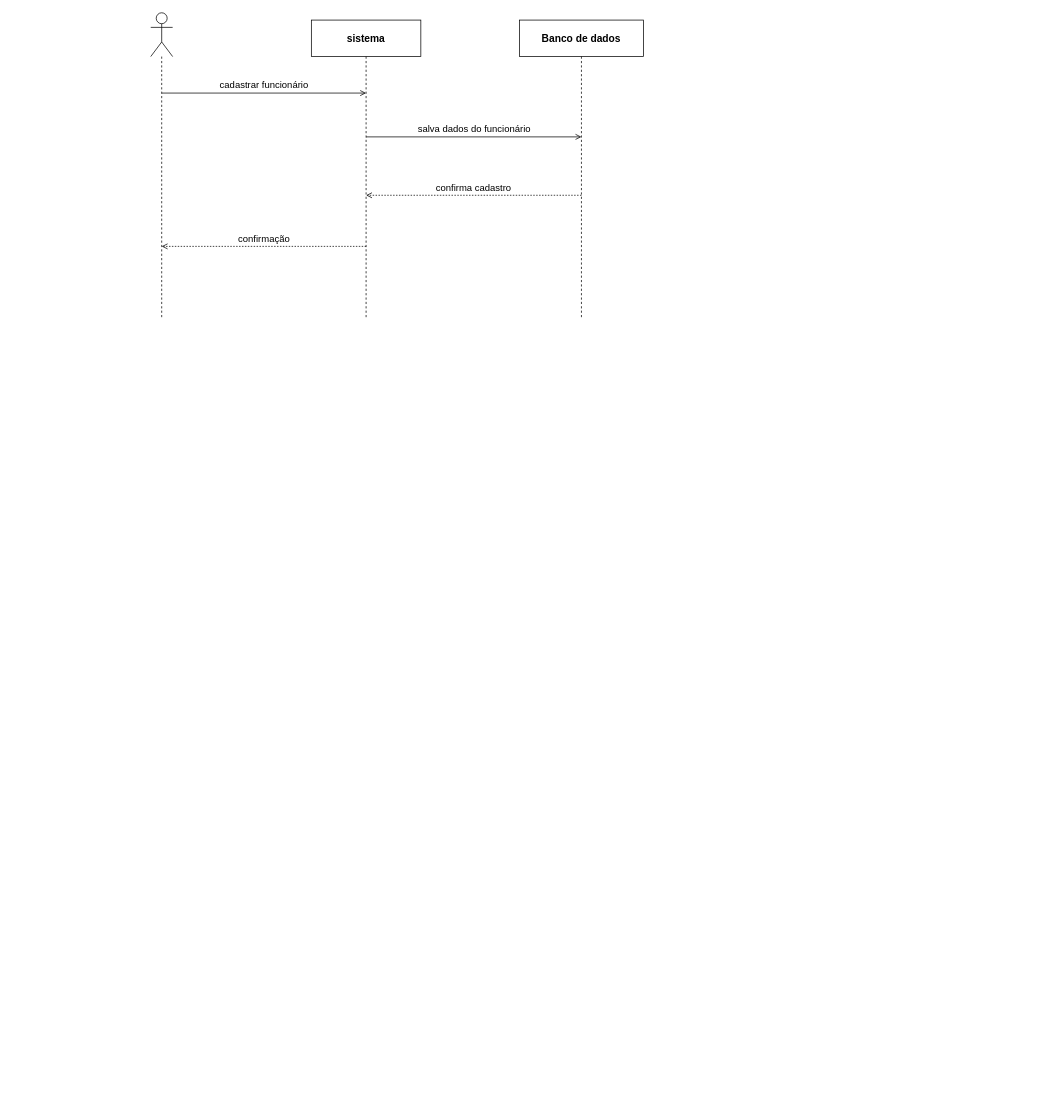
The draw.io diagram page "Cadastrar funcionarios" (14 of 24) of diagramas/sequencias/sequencias-todas.drawio in viniciusclima12-pixel/Sistema-escola, before the edit. Source tidied: cells renumbered, new cells numbered last; positions are measured from the earlier drawing's top-left corner, leaving out a move shared by most shapes. Both pictures are drawn from the tidied source at 73%, with x=0, y=0 at pixel (150, 12).
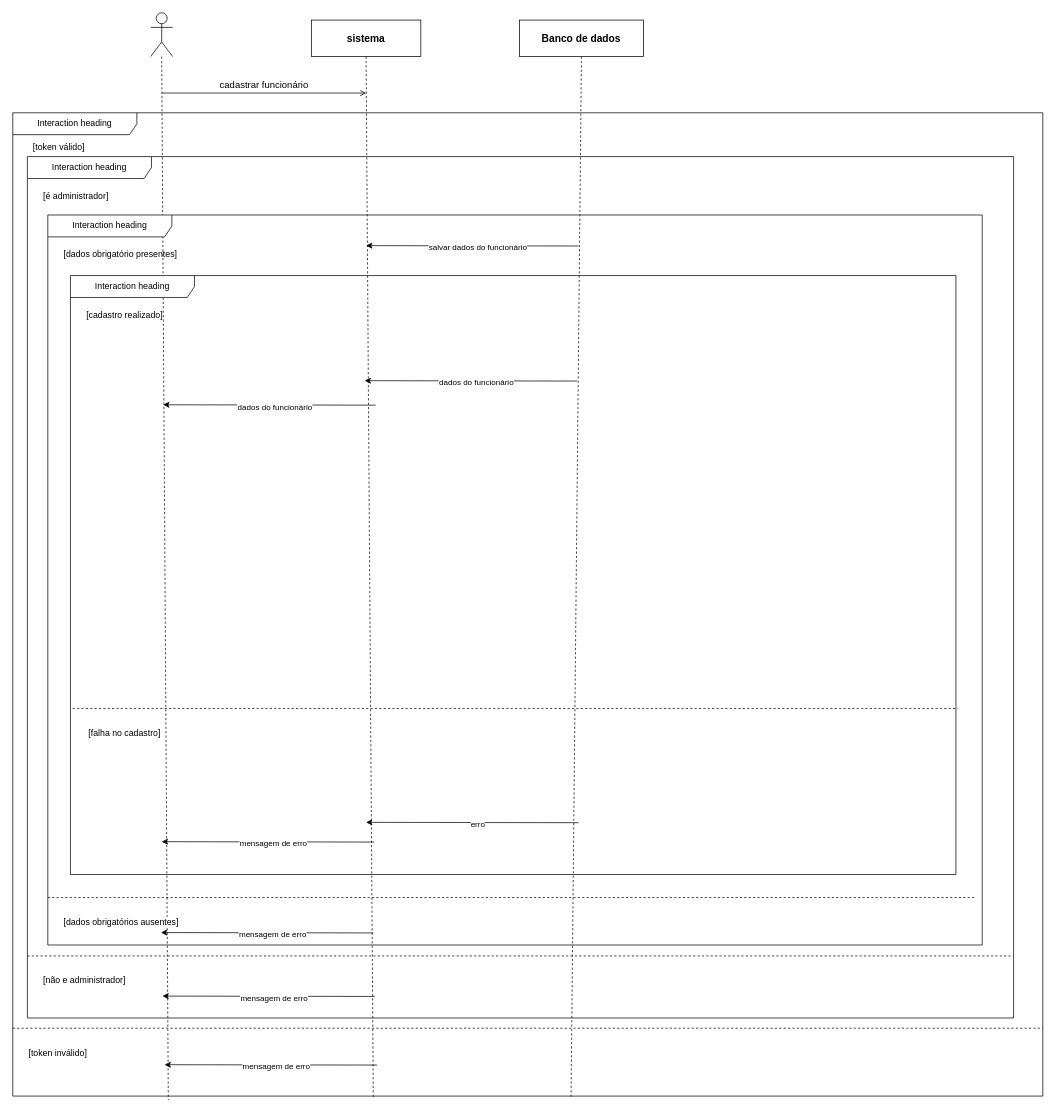
The same diagram, later.

What changed in the source:
```diff
@@
-    <mxCell id="2" style="shape=umlActor;verticalLabelPosition=bottom;verticalAlign=top;html=1;outlineConnect=0;strokeColor=#000000;fillColor=none;" parent="1" vertex="1">
+    <mxCell id="2" style="shape=umlActor;verticalLabelPosition=bottom;verticalAlign=top;html=1;outlineConnect=0;strokeColor=#000000;fillColor=none;snapToPoint=0;fixDash=0;backgroundOutline=0;comic=0;enumerate=0;" parent="1" vertex="1">
       <mxGeometry width="30" height="60" as="geometry" />
     </mxCell>
-    <mxCell id="3" style="endArrow=none;dashed=1;html=1;strokeColor=#000000;exitX=0.5;exitY=1;exitDx=0;exitDy=0;" parent="1" edge="1" source="2">
-      <mxGeometry relative="1" as="geometry">
-        <mxPoint x="15" y="420" as="targetPoint" />
-      </mxGeometry>
+    <mxCell id="3" style="endArrow=none;dashed=1;html=1;strokeColor=#000000;exitX=0.5;exitY=1;exitDx=0;exitDy=0;entryX=0.151;entryY=1.004;entryDx=0;entryDy=0;entryPerimeter=0;snapToPoint=0;fixDash=0;backgroundOutline=0;comic=0;enumerate=0;" parent="1" edge="1" source="2" target="12">
+      <mxGeometry relative="1" as="geometry" />
     </mxCell>
-    <mxCell id="4" value="sistema" style="rounded=0;whiteSpace=wrap;html=1;strokeColor=#000000;fillColor=none;fontStyle=1;fontSize=14;" parent="1" vertex="1">
+    <mxCell id="4" value="sistema" style="rounded=0;whiteSpace=wrap;html=1;strokeColor=#000000;fillColor=none;fontStyle=1;fontSize=14;snapToPoint=0;fixDash=0;backgroundOutline=0;comic=0;enumerate=0;" parent="1" vertex="1">
       <mxGeometry x="220" y="10" width="150" height="50" as="geometry" />
     </mxCell>
-    <mxCell id="5" style="endArrow=none;dashed=1;html=1;strokeColor=#000000;exitX=0.5;exitY=1;exitDx=0;exitDy=0;" parent="1" edge="1" source="4">
-      <mxGeometry relative="1" as="geometry">
-        <mxPoint x="295" y="420" as="targetPoint" />
-      </mxGeometry>
+    <mxCell id="5" style="endArrow=none;dashed=1;html=1;strokeColor=#000000;exitX=0.5;exitY=1;exitDx=0;exitDy=0;entryX=0.35;entryY=1.001;entryDx=0;entryDy=0;entryPerimeter=0;snapToPoint=0;fixDash=0;backgroundOutline=0;comic=0;enumerate=0;" parent="1" edge="1" source="4" target="12">
+      <mxGeometry relative="1" as="geometry" />
     </mxCell>
-    <mxCell id="6" value="Banco de dados" style="rounded=0;whiteSpace=wrap;html=1;strokeColor=#000000;fillColor=none;fontStyle=1;fontSize=14;" parent="1" vertex="1">
+    <mxCell id="6" value="Banco de dados" style="rounded=0;whiteSpace=wrap;html=1;strokeColor=#000000;fillColor=none;fontStyle=1;fontSize=14;snapToPoint=0;fixDash=0;backgroundOutline=0;comic=0;enumerate=0;" parent="1" vertex="1">
       <mxGeometry x="505" y="10" width="170" height="50" as="geometry" />
     </mxCell>
-    <mxCell id="7" style="endArrow=none;dashed=1;html=1;strokeColor=#000000;exitX=0.5;exitY=1;exitDx=0;exitDy=0;" parent="1" edge="1" source="6">
-      <mxGeometry relative="1" as="geometry">
-        <mxPoint x="590" y="420" as="targetPoint" />
-      </mxGeometry>
+    <mxCell id="7" style="endArrow=none;dashed=1;html=1;strokeColor=#000000;exitX=0.5;exitY=1;exitDx=0;exitDy=0;entryX=0.542;entryY=1.001;entryDx=0;entryDy=0;entryPerimeter=0;snapToPoint=0;fixDash=0;backgroundOutline=0;comic=0;enumerate=0;" parent="1" edge="1" source="6" target="12">
+      <mxGeometry relative="1" as="geometry" />
     </mxCell>
-    <mxCell id="8" value="cadastrar funcionário" style="html=1;endArrow=open;startArrow=none;endFill=1;strokeColor=#000000;fontColor=#000000;fontSize=13;verticalAlign=bottom;labelBackgroundColor=none;" parent="1" edge="1">
+    <mxCell id="8" value="cadastrar funcionário" style="html=1;endArrow=open;startArrow=none;endFill=1;strokeColor=#000000;fontColor=#000000;fontSize=13;verticalAlign=bottom;labelBackgroundColor=none;snapToPoint=0;fixDash=0;backgroundOutline=0;comic=0;enumerate=0;" parent="1" edge="1">
       <mxGeometry relative="1" as="geometry">
         <mxPoint x="15" y="110" as="sourcePoint" />
         <mxPoint x="295" y="110" as="targetPoint" />
       </mxGeometry>
     </mxCell>
-    <mxCell id="9" value="salva dados do funcionário" style="html=1;endArrow=open;startArrow=none;endFill=1;strokeColor=#000000;fontColor=#000000;fontSize=13;verticalAlign=bottom;labelBackgroundColor=none;" parent="1" edge="1">
-      <mxGeometry relative="1" as="geometry">
-        <mxPoint x="295" y="170" as="sourcePoint" />
-        <mxPoint x="590" y="170" as="targetPoint" />
-      </mxGeometry>
-    </mxCell>
-    <mxCell id="10" value="confirma cadastro" style="html=1;endArrow=open;startArrow=none;endFill=1;dashed=1;dashPattern=2 2;strokeColor=#000000;fontColor=#000000;fontSize=13;verticalAlign=bottom;labelBackgroundColor=none;" parent="1" edge="1">
-      <mxGeometry relative="1" as="geometry">
-        <mxPoint x="590" y="250" as="sourcePoint" />
-        <mxPoint x="295" y="250" as="targetPoint" />
-      </mxGeometry>
-    </mxCell>
-    <mxCell id="11" value="confirmação" style="html=1;endArrow=open;startArrow=none;endFill=1;dashed=1;dashPattern=2 2;strokeColor=#000000;fontColor=#000000;fontSize=13;verticalAlign=bottom;labelBackgroundColor=none;" parent="1" edge="1">
-      <mxGeometry relative="1" as="geometry">
-        <mxPoint x="295" y="320" as="sourcePoint" />
-        <mxPoint x="15" y="320" as="targetPoint" />
-      </mxGeometry>
-    </mxCell>
+    <mxCell id="12" value="Interaction heading" style="shape=umlFrame;whiteSpace=wrap;html=1;width=170;snapToPoint=0;fixDash=0;backgroundOutline=0;comic=0;enumerate=0;" parent="1" vertex="1">
+      <mxGeometry x="-189" y="137" width="1411" height="1347" as="geometry" />
+    </mxCell>
+    <mxCell id="13" value="[token válido]" style="text;html=1;fixDash=0;backgroundOutline=0;comic=0;enumerate=0;" parent="12" vertex="1">
+      <mxGeometry width="100" height="20" relative="1" as="geometry">
+        <mxPoint x="26" y="34" as="offset" />
+      </mxGeometry>
+    </mxCell>
+    <mxCell id="14" value="[token inválido]" style="line;strokeWidth=1;dashed=1;labelPosition=center;verticalLabelPosition=bottom;align=left;verticalAlign=top;spacingLeft=20;spacingTop=15;html=1;whiteSpace=wrap;fixDash=0;backgroundOutline=0;comic=0;enumerate=0;" parent="12" vertex="1">
+      <mxGeometry y="1249" width="1411" height="10" as="geometry" />
+    </mxCell>
+    <mxCell id="15" value="Interaction heading" style="shape=umlFrame;whiteSpace=wrap;html=1;width=170;fixDash=0;backgroundOutline=0;comic=0;enumerate=0;" parent="12" vertex="1">
+      <mxGeometry x="20" y="60" width="1351" height="1180" as="geometry" />
+    </mxCell>
+    <mxCell id="16" value="[é administrador]" style="text;html=1;fixDash=0;backgroundOutline=0;comic=0;enumerate=0;" parent="15" vertex="1">
+      <mxGeometry width="100" height="20" relative="1" as="geometry">
+        <mxPoint x="20" y="40" as="offset" />
+      </mxGeometry>
+    </mxCell>
+    <mxCell id="17" value="[não e administrador]" style="line;strokeWidth=1;dashed=1;labelPosition=center;verticalLabelPosition=bottom;align=left;verticalAlign=top;spacingLeft=20;spacingTop=15;html=1;whiteSpace=wrap;fixDash=0;backgroundOutline=0;comic=0;enumerate=0;" parent="15" vertex="1">
+      <mxGeometry y="1090" width="1351" height="10" as="geometry" />
+    </mxCell>
+    <mxCell id="18" value="Interaction heading" style="shape=umlFrame;whiteSpace=wrap;html=1;width=170;fixDash=0;backgroundOutline=0;comic=0;enumerate=0;" parent="15" vertex="1">
+      <mxGeometry x="28" y="80" width="1280" height="1000" as="geometry" />
+    </mxCell>
+    <mxCell id="19" value="[dados obrigatório presentes]" style="text;html=1;fixDash=0;backgroundOutline=0;comic=0;enumerate=0;" parent="18" vertex="1">
+      <mxGeometry width="100" height="20" relative="1" as="geometry">
+        <mxPoint x="20" y="40" as="offset" />
+      </mxGeometry>
+    </mxCell>
+    <mxCell id="20" value="[dados obrigatórios ausentes]" style="line;strokeWidth=1;dashed=1;labelPosition=center;verticalLabelPosition=bottom;align=left;verticalAlign=top;spacingLeft=20;spacingTop=15;html=1;whiteSpace=wrap;fixDash=0;backgroundOutline=0;comic=0;enumerate=0;" parent="18" vertex="1">
+      <mxGeometry y="930" width="1270" height="10" as="geometry" />
+    </mxCell>
+    <mxCell id="21" value="Interaction heading" style="shape=umlFrame;whiteSpace=wrap;html=1;width=170;fixDash=0;backgroundOutline=0;comic=0;enumerate=0;" parent="18" vertex="1">
+      <mxGeometry x="31" y="83" width="1213" height="820.5" as="geometry" />
+    </mxCell>
+    <mxCell id="22" value="[cadastro realizado]" style="text;html=1;fixDash=0;backgroundOutline=0;comic=0;enumerate=0;" parent="21" vertex="1">
+      <mxGeometry width="100" height="20" relative="1" as="geometry">
+        <mxPoint x="20" y="40" as="offset" />
+      </mxGeometry>
+    </mxCell>
+    <mxCell id="23" style="edgeStyle=none;html=1;snapToPoint=0;fixDash=0;backgroundOutline=0;comic=0;enumerate=0;" parent="21" edge="1">
+      <mxGeometry relative="1" as="geometry">
+        <mxPoint x="416" y="776" as="sourcePoint" />
+        <mxPoint x="125" y="775.5" as="targetPoint" />
+      </mxGeometry>
+    </mxCell>
+    <mxCell id="24" value="mensagem de erro" style="edgeLabel;html=1;align=center;verticalAlign=middle;fixDash=0;backgroundOutline=0;comic=0;enumerate=0;" parent="23" vertex="1">
+      <mxGeometry x="-0.05" y="2" relative="1" as="geometry" />
+    </mxCell>
+    <mxCell id="25" value="[falha no cadastro]" style="line;strokeWidth=1;dashed=1;labelPosition=center;verticalLabelPosition=bottom;align=left;verticalAlign=top;spacingLeft=20;spacingTop=15;html=1;whiteSpace=wrap;fixDash=0;backgroundOutline=0;comic=0;enumerate=0;" parent="21" vertex="1">
+      <mxGeometry x="3" y="588" width="1213" height="10" as="geometry" />
+    </mxCell>
+    <mxCell id="26" style="edgeStyle=none;html=1;snapToPoint=0;fixDash=0;backgroundOutline=0;comic=0;enumerate=0;" parent="21" edge="1">
+      <mxGeometry relative="1" as="geometry">
+        <mxPoint x="694" y="144.5" as="sourcePoint" />
+        <mxPoint x="403" y="144" as="targetPoint" />
+      </mxGeometry>
+    </mxCell>
+    <mxCell id="27" value="dados do funcionário" style="edgeLabel;html=1;align=center;verticalAlign=middle;fixDash=0;backgroundOutline=0;comic=0;enumerate=0;" parent="26" vertex="1">
+      <mxGeometry x="-0.05" y="2" relative="1" as="geometry" />
+    </mxCell>
+    <mxCell id="28" style="edgeStyle=none;html=1;snapToPoint=0;fixDash=0;backgroundOutline=0;comic=0;enumerate=0;" parent="21" edge="1">
+      <mxGeometry relative="1" as="geometry">
+        <mxPoint x="696" y="749.5" as="sourcePoint" />
+        <mxPoint x="405" y="749" as="targetPoint" />
+      </mxGeometry>
+    </mxCell>
+    <mxCell id="29" value="erro" style="edgeLabel;html=1;align=center;verticalAlign=middle;fixDash=0;backgroundOutline=0;comic=0;enumerate=0;" parent="28" vertex="1">
+      <mxGeometry x="-0.05" y="2" relative="1" as="geometry" />
+    </mxCell>
+    <mxCell id="30" style="edgeStyle=none;html=1;snapToPoint=0;fixDash=0;backgroundOutline=0;comic=0;enumerate=0;" parent="21" edge="1">
+      <mxGeometry relative="1" as="geometry">
+        <mxPoint x="418" y="177.5" as="sourcePoint" />
+        <mxPoint x="127" y="177" as="targetPoint" />
+      </mxGeometry>
+    </mxCell>
+    <mxCell id="31" value="dados do funcionário" style="edgeLabel;html=1;align=center;verticalAlign=middle;fixDash=0;backgroundOutline=0;comic=0;enumerate=0;" parent="30" vertex="1">
+      <mxGeometry x="-0.05" y="2" relative="1" as="geometry" />
+    </mxCell>
+    <mxCell id="32" style="edgeStyle=none;html=1;snapToPoint=0;fixDash=0;backgroundOutline=0;comic=0;enumerate=0;" parent="18" edge="1">
+      <mxGeometry relative="1" as="geometry">
+        <mxPoint x="446" y="983.5" as="sourcePoint" />
+        <mxPoint x="155" y="983" as="targetPoint" />
+      </mxGeometry>
+    </mxCell>
+    <mxCell id="33" value="mensagem de erro" style="edgeLabel;html=1;align=center;verticalAlign=middle;fixDash=0;backgroundOutline=0;comic=0;enumerate=0;" parent="32" vertex="1">
+      <mxGeometry x="-0.05" y="2" relative="1" as="geometry" />
+    </mxCell>
+    <mxCell id="34" style="edgeStyle=none;html=1;snapToPoint=0;fixDash=0;backgroundOutline=0;comic=0;enumerate=0;" parent="18" edge="1">
+      <mxGeometry relative="1" as="geometry">
+        <mxPoint x="727" y="42.5" as="sourcePoint" />
+        <mxPoint x="436" y="42" as="targetPoint" />
+      </mxGeometry>
+    </mxCell>
+    <mxCell id="35" value="salvar dados do funcionário" style="edgeLabel;html=1;align=center;verticalAlign=middle;fixDash=0;backgroundOutline=0;comic=0;enumerate=0;" parent="34" vertex="1">
+      <mxGeometry x="-0.05" y="2" relative="1" as="geometry" />
+    </mxCell>
+    <mxCell id="36" style="edgeStyle=none;html=1;snapToPoint=0;fixDash=0;backgroundOutline=0;comic=0;enumerate=0;" parent="15" edge="1">
+      <mxGeometry relative="1" as="geometry">
+        <mxPoint x="476" y="1150.5" as="sourcePoint" />
+        <mxPoint x="185" y="1150" as="targetPoint" />
+      </mxGeometry>
+    </mxCell>
+    <mxCell id="37" value="mensagem de erro" style="edgeLabel;html=1;align=center;verticalAlign=middle;fixDash=0;backgroundOutline=0;comic=0;enumerate=0;" parent="36" vertex="1">
+      <mxGeometry x="-0.05" y="2" relative="1" as="geometry" />
+    </mxCell>
+    <mxCell id="38" style="edgeStyle=none;html=1;snapToPoint=0;fixDash=0;backgroundOutline=0;comic=0;enumerate=0;" parent="12" edge="1">
+      <mxGeometry relative="1" as="geometry">
+        <mxPoint x="499" y="1304.5" as="sourcePoint" />
+        <mxPoint x="208" y="1304" as="targetPoint" />
+      </mxGeometry>
+    </mxCell>
+    <mxCell id="39" value="mensagem de erro" style="edgeLabel;html=1;align=center;verticalAlign=middle;fixDash=0;backgroundOutline=0;comic=0;enumerate=0;" parent="38" vertex="1">
+      <mxGeometry x="-0.05" y="2" relative="1" as="geometry" />
+    </mxCell>
```
